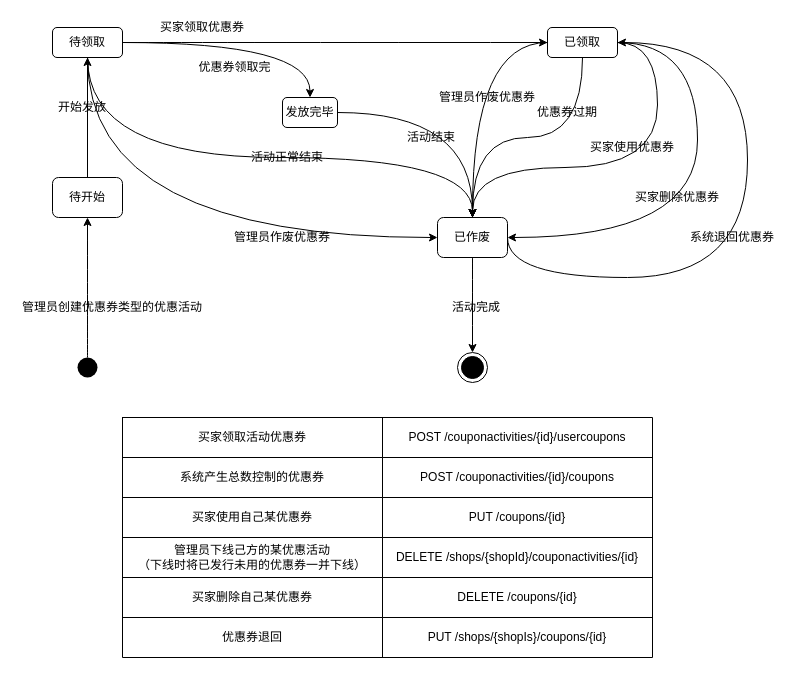
Before: OOAD小组作业/Untitled Diagram.drawio in app1echip/grams, a draw.io diagram. Source tidied: cells renumbered, new cells numbered last; positions are measured from the earlier drawing's top-left corner, leaving out a move shared by most shapes. Both pictures are drawn from the tidied source at 100%, with x=0, y=0 at pixel (17, 17).
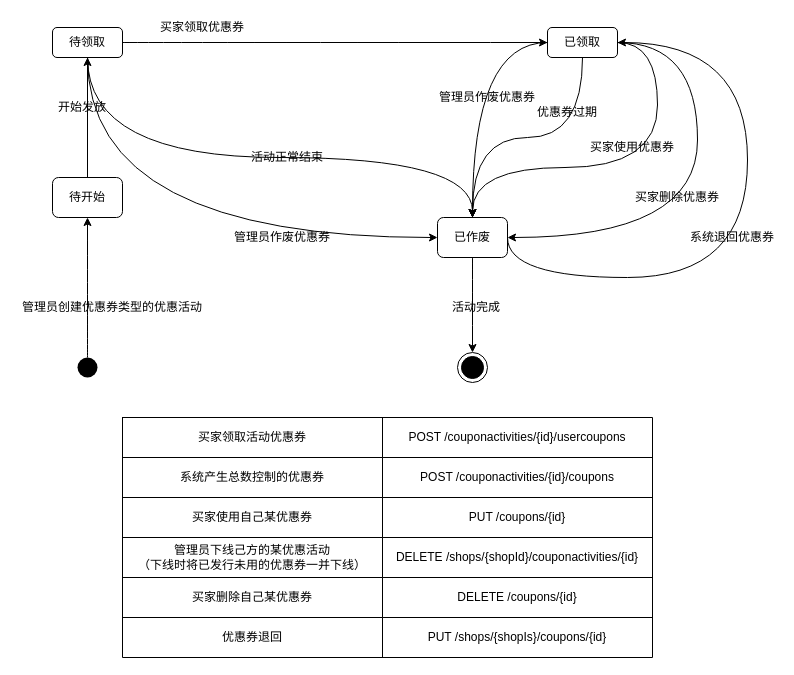
The same page after the edit.

The change refers to these unchanged cells:
```xml
<mxCell id="11" value="待领取" style="rounded=1;whiteSpace=wrap;html=1;" parent="1" vertex="1">
  <mxGeometry x="35" y="10" width="70" height="30" as="geometry" />
</mxCell>
<mxCell id="23" value="已作废" style="rounded=1;whiteSpace=wrap;html=1;" parent="1" vertex="1">
  <mxGeometry x="420" y="200" width="70" height="40" as="geometry" />
</mxCell>
```

Change to the diagram source:
```diff
@@
-    <mxCell id="8" style="edgeStyle=orthogonalEdgeStyle;curved=1;rounded=0;jettySize=auto;html=1;exitX=1;exitY=0.5;exitDx=0;exitDy=0;entryX=0.5;entryY=0;entryDx=0;entryDy=0;" parent="1" edge="1" source="11" target="19">
-      <mxGeometry relative="1" as="geometry" />
-    </mxCell>
@@
-    <mxCell id="18" style="edgeStyle=orthogonalEdgeStyle;curved=1;rounded=0;jettySize=auto;html=1;exitX=1;exitY=0.5;exitDx=0;exitDy=0;" parent="1" edge="1" source="19" target="23">
-      <mxGeometry relative="1" as="geometry" />
-    </mxCell>
-    <mxCell id="19" value="发放完毕" style="rounded=1;whiteSpace=wrap;html=1;" parent="1" vertex="1">
-      <mxGeometry x="265" y="80" width="55" height="30" as="geometry" />
-    </mxCell>
-    <mxCell id="20" value="优惠券领取完" style="text;html=1;strokeColor=none;fillColor=none;align=center;verticalAlign=middle;whiteSpace=wrap;rounded=0;" parent="1" vertex="1">
-      <mxGeometry x="165" y="40" width="105" height="20" as="geometry" />
-    </mxCell>
@@
-    <mxCell id="26" value="活动结束" style="text;html=1;strokeColor=none;fillColor=none;align=center;verticalAlign=middle;whiteSpace=wrap;rounded=0;" parent="1" vertex="1">
-      <mxGeometry x="384" y="110" width="60" height="20" as="geometry" />
-    </mxCell>
```
